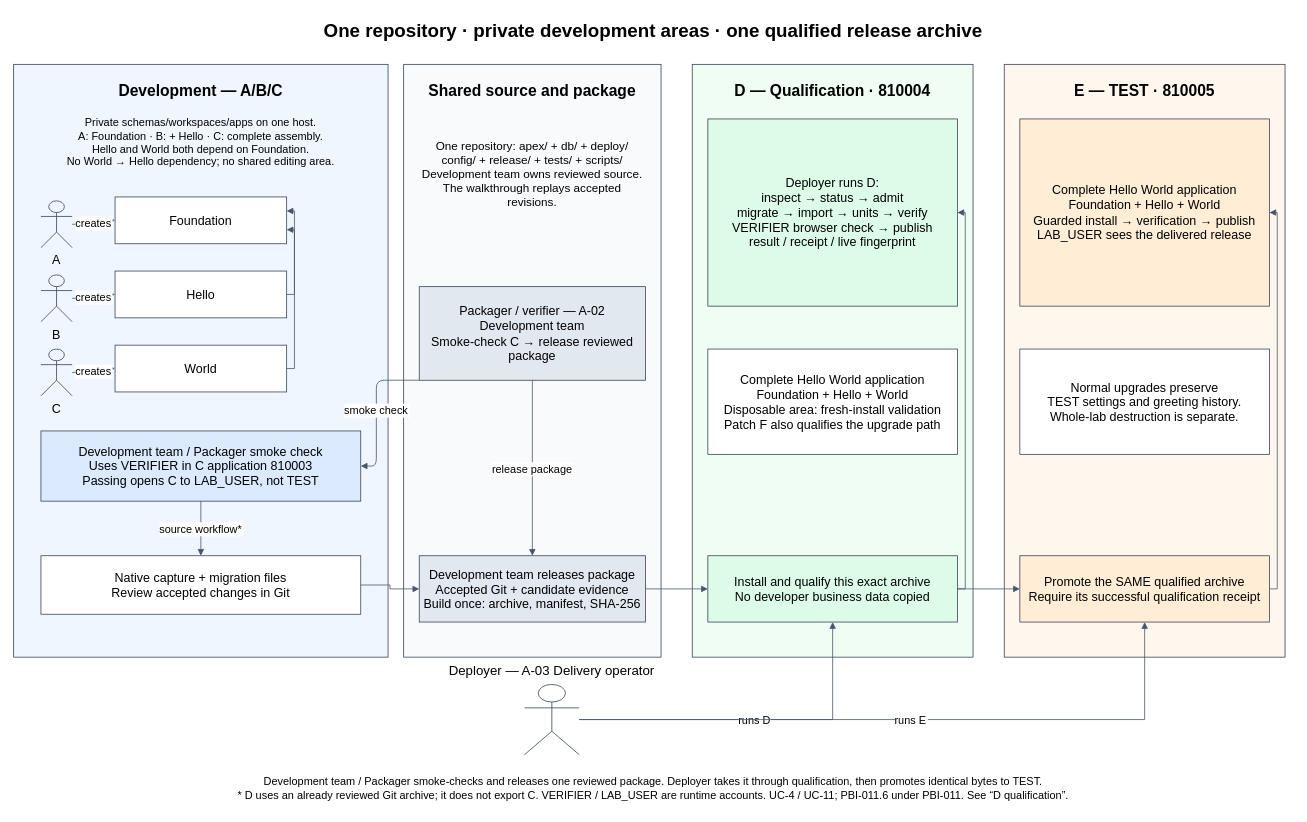
Earlier version of the draw.io diagram page "lifecycle" (1 of 3) of progress/E.1/model.drawio (rstyczynski/APEX_CICD). Source tidied: cells renumbered, new cells numbered last; positions are measured from the earlier drawing's top-left corner, leaving out a move shared by most shapes. Both pictures are drawn from the tidied source at 78%, with x=0, y=0 at pixel (13, 13).
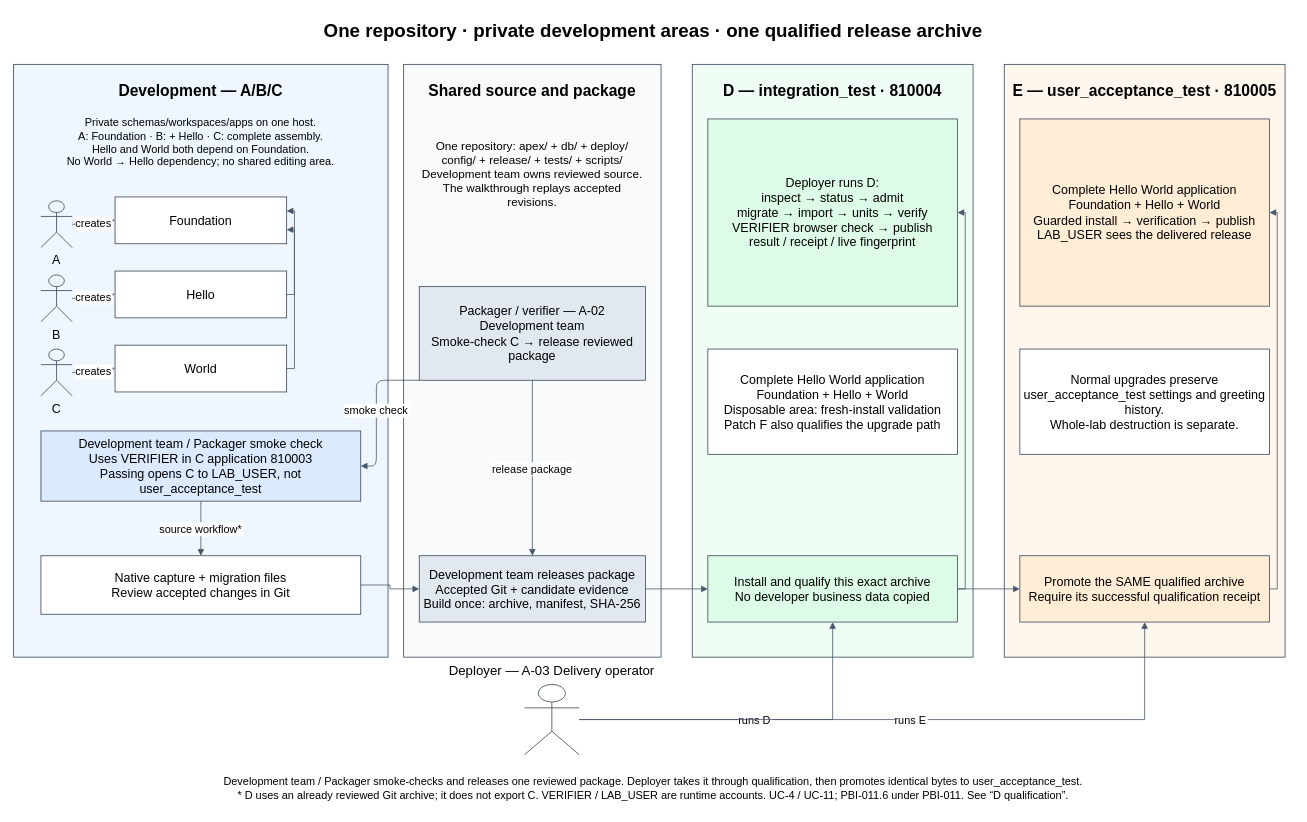
The same diagram, later.

Diff of the diagram source:
```diff
@@
-    <mxCell id="5" value="D — Qualification · 810004" style="rounded=0;whiteSpace=wrap;html=0;fontFamily=Helvetica;fontSize=16;strokeColor=#334155;fillColor=#ffffff;verticalAlign=top;spacingTop=15;fontSize=20;fontStyle=1;fillColor=#f0fdf4;" parent="1" vertex="1">
+    <mxCell id="5" value="D — integration_test · 810004" style="rounded=0;whiteSpace=wrap;html=0;fontFamily=Helvetica;fontSize=16;strokeColor=#334155;fillColor=#ffffff;verticalAlign=top;spacingTop=15;fontSize=20;fontStyle=1;fillColor=#f0fdf4;" parent="1" vertex="1">
       <mxGeometry x="870" y="65" width="360" height="760" as="geometry" />
     </mxCell>
-    <mxCell id="6" value="E — TEST · 810005" style="rounded=0;whiteSpace=wrap;html=0;fontFamily=Helvetica;fontSize=16;strokeColor=#334155;fillColor=#ffffff;verticalAlign=top;spacingTop=15;fontSize=20;fontStyle=1;fillColor=#fff7ed;" parent="1" vertex="1">
+    <mxCell id="6" value="E — user_acceptance_test · 810005" style="rounded=0;whiteSpace=wrap;html=0;fontFamily=Helvetica;fontSize=16;strokeColor=#334155;fillColor=#ffffff;verticalAlign=top;spacingTop=15;fontSize=20;fontStyle=1;fillColor=#fff7ed;" parent="1" vertex="1">
       <mxGeometry x="1270" y="65" width="360" height="760" as="geometry" />
     </mxCell>
@@
-    <mxCell id="19" value="Development team / Packager smoke check&#10;Uses VERIFIER in C application 810003&#10;Passing opens C to LAB_USER, not TEST" style="rounded=0;whiteSpace=wrap;html=0;fontFamily=Helvetica;fontSize=16;strokeColor=#334155;fillColor=#ffffff;fillColor=#dbeafe;" parent="1" vertex="1">
+    <mxCell id="19" value="Development team / Packager smoke check&#10;Uses VERIFIER in C application 810003&#10;Passing opens C to LAB_USER, not user_acceptance_test" style="rounded=0;whiteSpace=wrap;html=0;fontFamily=Helvetica;fontSize=16;strokeColor=#334155;fillColor=#ffffff;fillColor=#dbeafe;" parent="1" vertex="1">
       <mxGeometry x="35" y="535" width="410" height="90" as="geometry" />
     </mxCell>
@@
-    <mxCell id="31" value="Normal upgrades preserve&#10;TEST settings and greeting history.&#10;Whole-lab destruction is separate." style="rounded=0;whiteSpace=wrap;html=0;fontFamily=Helvetica;fontSize=16;strokeColor=#334155;fillColor=#ffffff;" parent="1" vertex="1">
+    <mxCell id="31" value="Normal upgrades preserve&#10;user_acceptance_test settings and greeting history.&#10;Whole-lab destruction is separate." style="rounded=0;whiteSpace=wrap;html=0;fontFamily=Helvetica;fontSize=16;strokeColor=#334155;fillColor=#ffffff;" parent="1" vertex="1">
       <mxGeometry x="1290" y="430" width="320" height="135" as="geometry" />
     </mxCell>
@@
-    <mxCell id="38" value="Development team / Packager smoke-checks and releases one reviewed package. Deployer takes it through qualification, then promotes identical bytes to TEST.&#10;* D uses an already reviewed Git archive; it does not export C. VERIFIER / LAB_USER are runtime accounts. UC-4 / UC-11; PBI-011.6 under PBI-011. See “D qualification”." style="rounded=0;whiteSpace=wrap;html=0;fontFamily=Helvetica;fontSize=16;strokeColor=#334155;fillColor=#ffffff;strokeColor=none;fontSize=14;" parent="1" vertex="1">
+    <mxCell id="38" value="Development team / Packager smoke-checks and releases one reviewed package. Deployer takes it through qualification, then promotes identical bytes to user_acceptance_test.&#10;* D uses an already reviewed Git archive; it does not export C. VERIFIER / LAB_USER are runtime accounts. UC-4 / UC-11; PBI-011.6 under PBI-011. See “D qualification”." style="rounded=0;whiteSpace=wrap;html=0;fontFamily=Helvetica;fontSize=16;strokeColor=#334155;fillColor=#ffffff;strokeColor=none;fontSize=14;" parent="1" vertex="1">
       <mxGeometry y="965" width="1640" height="55" as="geometry" />
     </mxCell>
```
